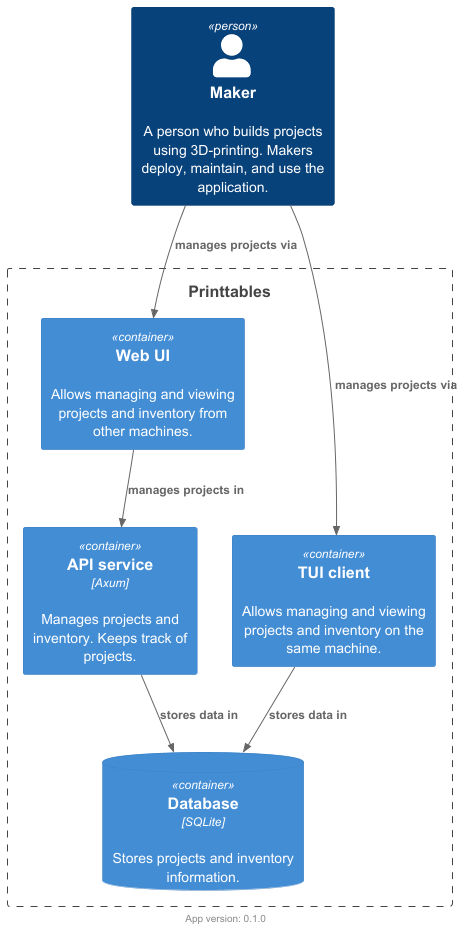
The PlantUML diagram docs/arch/context/containers.png in dimasmith/printtables, before a commit.
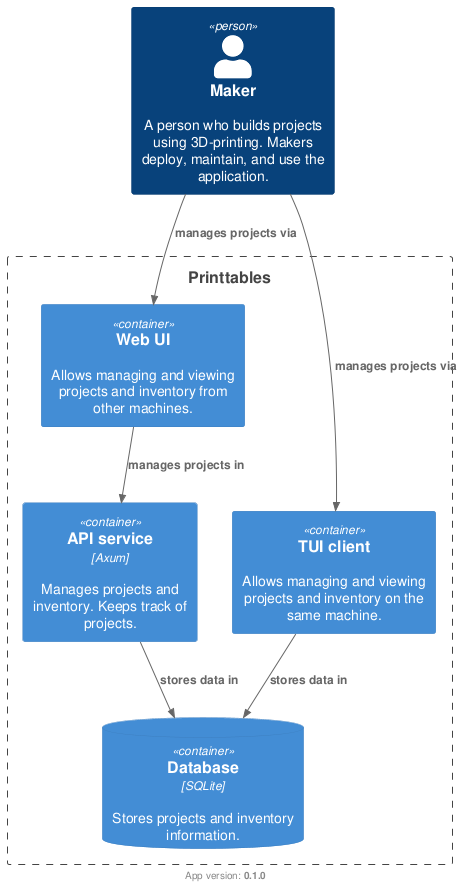
The same file after the commit.

Commit message:
docs(arch): use common metadata in all diagrams

What changed in the source:
```diff
@@ -1,5 +1,5 @@
-@startuml
-footer: App version: 0.1.0
+@startuml containers
+!include ../meta.puml
 !include <C4/C4_Container>
 
 Person(maker, "Maker", "A person who builds projects using 3D-printing. Makers deploy, maintain, and use the application.")
```
